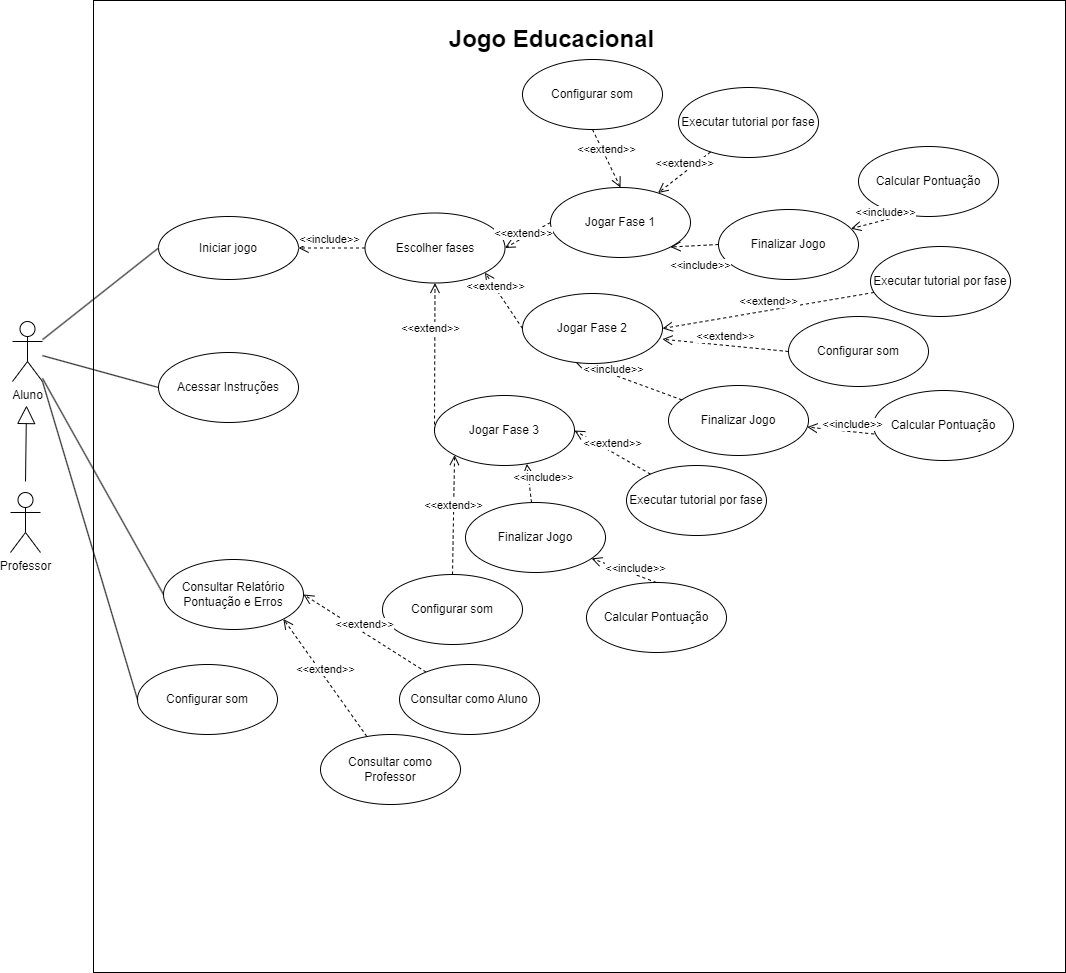
BrendaGarcez/Lixo-no-Lixo keeps this draw.io diagram as JOGOES.drawio.png. Above is the earlier version. Source tidied: cells renumbered, new cells last; positions are measured from the earlier drawing's top-left corner, leaving out a move shared by most shapes. The source it was exported from:
```xml
<mxGraphModel>
  <root>
    <mxCell id="0" />
    <mxCell id="1" parent="0" />
    <mxCell id="2" style="whiteSpace=wrap;html=1;" parent="1" vertex="1">
      <mxGeometry x="83" width="972" height="972" as="geometry" />
    </mxCell>
    <mxCell id="3" value="Aluno" style="shape=umlActor;verticalLabelPosition=bottom;verticalAlign=top;html=1;outlineConnect=0;" parent="1" vertex="1">
      <mxGeometry x="2" y="321" width="30" height="60" as="geometry" />
    </mxCell>
    <mxCell id="4" style="edgeStyle=orthogonalEdgeStyle;rounded=0;orthogonalLoop=1;jettySize=auto;html=1;exitX=0;exitY=0.5;exitDx=0;exitDy=0;entryX=0;entryY=0.5;entryDx=0;entryDy=0;" parent="1" edge="1">
      <mxGeometry relative="1" as="geometry">
        <mxPoint x="620" y="528" as="sourcePoint" />
        <mxPoint x="620" y="528" as="targetPoint" />
      </mxGeometry>
    </mxCell>
    <mxCell id="5" value="Escolher fases" style="ellipse;whiteSpace=wrap;html=1;" parent="1" vertex="1">
      <mxGeometry x="354.5" y="212.5" width="140" height="70" as="geometry" />
    </mxCell>
    <mxCell id="6" value="Configurar som" style="ellipse;whiteSpace=wrap;html=1;" parent="1" vertex="1">
      <mxGeometry x="127" y="664" width="140" height="70" as="geometry" />
    </mxCell>
    <mxCell id="7" value="Acessar Instruções" style="ellipse;whiteSpace=wrap;html=1;" parent="1" vertex="1">
      <mxGeometry x="148" y="352" width="140" height="70" as="geometry" />
    </mxCell>
    <mxCell id="8" value="Iniciar jogo" style="ellipse;whiteSpace=wrap;html=1;" parent="1" vertex="1">
      <mxGeometry x="148" y="216" width="140" height="63" as="geometry" />
    </mxCell>
    <mxCell id="9" value="Executar tutorial por fase" style="ellipse;whiteSpace=wrap;html=1;" parent="1" vertex="1">
      <mxGeometry x="668" y="87" width="140" height="70" as="geometry" />
    </mxCell>
    <mxCell id="10" value="&amp;lt;&amp;lt;include&amp;gt;&amp;gt;" style="html=1;verticalAlign=bottom;endArrow=open;dashed=1;endSize=8;curved=0;rounded=0;exitX=0;exitY=0.5;exitDx=0;exitDy=0;entryX=1;entryY=0.5;entryDx=0;entryDy=0;" parent="1" edge="1" source="5" target="8">
      <mxGeometry x="0.06" relative="1" as="geometry" />
    </mxCell>
    <mxCell id="11" value="&amp;lt;&amp;lt;extend&amp;gt;&amp;gt;" style="html=1;verticalAlign=bottom;endArrow=open;dashed=1;endSize=8;curved=0;rounded=0;" parent="1" edge="1" source="9" target="18">
      <mxGeometry relative="1" as="geometry" />
    </mxCell>
    <mxCell id="12" value="Jogo Educacional" style="text;strokeColor=none;fillColor=none;html=1;fontSize=24;fontStyle=1;verticalAlign=middle;align=center;" parent="1" vertex="1">
      <mxGeometry x="491" y="19" width="100" height="40" as="geometry" />
    </mxCell>
    <mxCell id="13" style="endArrow=none;html=1;rounded=0;entryX=0;entryY=0.5;entryDx=0;entryDy=0;" parent="1" edge="1" source="3" target="8">
      <mxGeometry relative="1" as="geometry" />
    </mxCell>
    <mxCell id="14" style="endArrow=none;html=1;rounded=0;entryX=0;entryY=0.5;entryDx=0;entryDy=0;" parent="1" edge="1" source="3" target="7">
      <mxGeometry relative="1" as="geometry" />
    </mxCell>
    <mxCell id="15" style="endArrow=none;html=1;rounded=0;exitX=0;exitY=0.5;exitDx=0;exitDy=0;entryX=1;entryY=1;entryDx=0;entryDy=0;entryPerimeter=0;" parent="1" edge="1" source="6" target="3">
      <mxGeometry relative="1" as="geometry" />
    </mxCell>
    <mxCell id="16" value="Calcular Pontuação" style="ellipse;whiteSpace=wrap;html=1;" parent="1" vertex="1">
      <mxGeometry x="848" y="146" width="140" height="70" as="geometry" />
    </mxCell>
    <mxCell id="17" value="&amp;lt;&amp;lt;include&amp;gt;&amp;gt;" style="html=1;verticalAlign=bottom;endArrow=open;dashed=1;endSize=8;curved=0;rounded=0;exitX=0.305;exitY=0.988;exitDx=0;exitDy=0;exitPerimeter=0;" parent="1" edge="1" source="16" target="19">
      <mxGeometry x="-0.37" y="2" relative="1" as="geometry" />
    </mxCell>
    <mxCell id="18" value="Jogar Fase 1" style="ellipse;whiteSpace=wrap;html=1;" parent="1" vertex="1">
      <mxGeometry x="540" y="187" width="140" height="70" as="geometry" />
    </mxCell>
    <mxCell id="19" value="Finalizar Jogo" style="ellipse;whiteSpace=wrap;html=1;" parent="1" vertex="1">
      <mxGeometry x="708" y="209" width="140" height="70" as="geometry" />
    </mxCell>
    <mxCell id="20" value="&amp;lt;&amp;lt;include&amp;gt;&amp;gt;" style="html=1;verticalAlign=bottom;endArrow=open;dashed=1;endSize=8;curved=0;rounded=0;exitX=0;exitY=0.5;exitDx=0;exitDy=0;entryX=1;entryY=1;entryDx=0;entryDy=0;" parent="1" edge="1" source="19" target="18">
      <mxGeometry x="-0.19" y="29" relative="1" as="geometry" />
    </mxCell>
    <mxCell id="21" value="&amp;lt;&amp;lt;extend&amp;gt;&amp;gt;" style="html=1;verticalAlign=bottom;endArrow=open;dashed=1;endSize=8;curved=0;rounded=0;exitX=0;exitY=0.5;exitDx=0;exitDy=0;entryX=1;entryY=0.5;entryDx=0;entryDy=0;" parent="1" edge="1" source="18" target="5">
      <mxGeometry x="0.25" y="4" relative="1" as="geometry" />
    </mxCell>
    <mxCell id="22" value="Calcular Pontuação" style="ellipse;whiteSpace=wrap;html=1;" parent="1" vertex="1">
      <mxGeometry x="863" y="390" width="140" height="70" as="geometry" />
    </mxCell>
    <mxCell id="23" value="&amp;lt;&amp;lt;include&amp;gt;&amp;gt;" style="html=1;verticalAlign=bottom;endArrow=open;dashed=1;endSize=8;curved=0;rounded=0;exitX=0.005;exitY=0.622;exitDx=0;exitDy=0;exitPerimeter=0;" parent="1" edge="1" source="22" target="24">
      <mxGeometry x="-0.37" y="2" relative="1" as="geometry" />
    </mxCell>
    <mxCell id="24" value="Finalizar Jogo" style="ellipse;whiteSpace=wrap;html=1;" parent="1" vertex="1">
      <mxGeometry x="658" y="385" width="140" height="70" as="geometry" />
    </mxCell>
    <mxCell id="25" value="&amp;lt;&amp;lt;include&amp;gt;&amp;gt;" style="html=1;verticalAlign=bottom;endArrow=open;dashed=1;endSize=8;curved=0;rounded=0;entryX=0.366;entryY=0.954;entryDx=0;entryDy=0;entryPerimeter=0;" parent="1" edge="1" source="24" target="28">
      <mxGeometry x="0.25" y="4" relative="1" as="geometry" />
    </mxCell>
    <mxCell id="26" value="Executar tutorial por fase" style="ellipse;whiteSpace=wrap;html=1;" parent="1" vertex="1">
      <mxGeometry x="860" y="246" width="140" height="70" as="geometry" />
    </mxCell>
    <mxCell id="27" value="&amp;lt;&amp;lt;extend&amp;gt;&amp;gt;" style="html=1;verticalAlign=bottom;endArrow=open;dashed=1;endSize=8;curved=0;rounded=0;entryX=1;entryY=0.5;entryDx=0;entryDy=0;" parent="1" edge="1" source="26" target="28">
      <mxGeometry relative="1" as="geometry" />
    </mxCell>
    <mxCell id="28" value="Jogar Fase 2" style="ellipse;whiteSpace=wrap;html=1;" parent="1" vertex="1">
      <mxGeometry x="512" y="293" width="140" height="70" as="geometry" />
    </mxCell>
    <mxCell id="29" value="&amp;lt;&amp;lt;extend&amp;gt;&amp;gt;" style="html=1;verticalAlign=bottom;endArrow=open;dashed=1;endSize=8;curved=0;rounded=0;exitX=0;exitY=0.5;exitDx=0;exitDy=0;entryX=1;entryY=1;entryDx=0;entryDy=0;" parent="1" edge="1" source="28" target="5">
      <mxGeometry x="0.25" y="4" relative="1" as="geometry" />
    </mxCell>
    <mxCell id="30" value="Consultar Relatório Pontuação e Erros" style="ellipse;whiteSpace=wrap;html=1;" parent="1" vertex="1">
      <mxGeometry x="153" y="559" width="140" height="70" as="geometry" />
    </mxCell>
    <mxCell id="31" style="endArrow=none;html=1;rounded=0;exitX=0;exitY=0.5;exitDx=0;exitDy=0;" parent="1" edge="1" source="30" target="3">
      <mxGeometry relative="1" as="geometry" />
    </mxCell>
    <mxCell id="32" value="Professor" style="shape=umlActor;verticalLabelPosition=bottom;verticalAlign=top;html=1;" parent="1" vertex="1">
      <mxGeometry y="492" width="30" height="60" as="geometry" />
    </mxCell>
    <mxCell id="33" style="endArrow=block;endSize=16;endFill=0;html=1;rounded=0;" parent="1" edge="1">
      <mxGeometry relative="1" as="geometry">
        <mxPoint x="15" y="481" as="sourcePoint" />
        <mxPoint x="16" y="405" as="targetPoint" />
      </mxGeometry>
    </mxCell>
    <mxCell id="34" value="Jogar Fase 3" style="ellipse;whiteSpace=wrap;html=1;" parent="1" vertex="1">
      <mxGeometry x="424" y="395" width="140" height="70" as="geometry" />
    </mxCell>
    <mxCell id="35" value="&amp;lt;&amp;lt;extend&amp;gt;&amp;gt;" style="html=1;verticalAlign=bottom;endArrow=open;dashed=1;endSize=8;curved=0;rounded=0;exitX=0;exitY=0.5;exitDx=0;exitDy=0;entryX=0.5;entryY=1;entryDx=0;entryDy=0;" parent="1" edge="1" source="34" target="5">
      <mxGeometry x="0.25" y="4" relative="1" as="geometry" />
    </mxCell>
    <mxCell id="36" value="&amp;lt;&amp;lt;extend&amp;gt;&amp;gt;" style="html=1;verticalAlign=bottom;endArrow=open;dashed=1;endSize=8;curved=0;rounded=0;entryX=1;entryY=0.5;entryDx=0;entryDy=0;" parent="1" edge="1" source="37" target="34">
      <mxGeometry relative="1" as="geometry" />
    </mxCell>
    <mxCell id="37" value="Executar tutorial por fase" style="ellipse;whiteSpace=wrap;html=1;" parent="1" vertex="1">
      <mxGeometry x="616" y="465" width="140" height="70" as="geometry" />
    </mxCell>
    <mxCell id="38" value="Finalizar Jogo" style="ellipse;whiteSpace=wrap;html=1;" parent="1" vertex="1">
      <mxGeometry x="455" y="502" width="140" height="70" as="geometry" />
    </mxCell>
    <mxCell id="39" value="&amp;lt;&amp;lt;include&amp;gt;&amp;gt;" style="html=1;verticalAlign=bottom;endArrow=open;dashed=1;endSize=8;curved=0;rounded=0;entryX=0.659;entryY=0.976;entryDx=0;entryDy=0;entryPerimeter=0;" parent="1" edge="1" source="38" target="34">
      <mxGeometry x="-0.26" y="-14" relative="1" as="geometry" />
    </mxCell>
    <mxCell id="40" value="&amp;lt;&amp;lt;include&amp;gt;&amp;gt;" style="html=1;verticalAlign=bottom;endArrow=open;dashed=1;endSize=8;curved=0;rounded=0;exitX=0.5;exitY=0;exitDx=0;exitDy=0;" parent="1" edge="1" source="41" target="38">
      <mxGeometry x="-0.37" y="2" relative="1" as="geometry" />
    </mxCell>
    <mxCell id="41" value="Calcular Pontuação" style="ellipse;whiteSpace=wrap;html=1;" parent="1" vertex="1">
      <mxGeometry x="576" y="582" width="140" height="70" as="geometry" />
    </mxCell>
    <mxCell id="42" value="Configurar som" style="ellipse;whiteSpace=wrap;html=1;" parent="1" vertex="1">
      <mxGeometry x="512" y="59" width="140" height="70" as="geometry" />
    </mxCell>
    <mxCell id="43" value="&amp;lt;&amp;lt;extend&amp;gt;&amp;gt;" style="html=1;verticalAlign=bottom;endArrow=open;dashed=1;endSize=8;curved=0;rounded=0;exitX=0.5;exitY=1;exitDx=0;exitDy=0;entryX=0.5;entryY=0;entryDx=0;entryDy=0;" parent="1" edge="1" source="42" target="18">
      <mxGeometry relative="1" as="geometry" />
    </mxCell>
    <mxCell id="44" value="Configurar som" style="ellipse;whiteSpace=wrap;html=1;" parent="1" vertex="1">
      <mxGeometry x="778" y="316" width="140" height="70" as="geometry" />
    </mxCell>
    <mxCell id="45" value="Configurar som" style="ellipse;whiteSpace=wrap;html=1;" parent="1" vertex="1">
      <mxGeometry x="372" y="574" width="140" height="70" as="geometry" />
    </mxCell>
    <mxCell id="46" value="&amp;lt;&amp;lt;extend&amp;gt;&amp;gt;" style="html=1;verticalAlign=bottom;endArrow=open;dashed=1;endSize=8;curved=0;rounded=0;exitX=0;exitY=0.5;exitDx=0;exitDy=0;entryX=0.999;entryY=0.653;entryDx=0;entryDy=0;entryPerimeter=0;" parent="1" edge="1" source="44" target="28">
      <mxGeometry relative="1" as="geometry" />
    </mxCell>
    <mxCell id="47" value="&amp;lt;&amp;lt;extend&amp;gt;&amp;gt;" style="html=1;verticalAlign=bottom;endArrow=open;dashed=1;endSize=8;curved=0;rounded=0;exitX=0.5;exitY=0;exitDx=0;exitDy=0;entryX=0;entryY=1;entryDx=0;entryDy=0;" parent="1" edge="1" source="45" target="34">
      <mxGeometry relative="1" as="geometry" />
    </mxCell>
    <mxCell id="48" value="&amp;lt;&amp;lt;extend&amp;gt;&amp;gt;" style="html=1;verticalAlign=bottom;endArrow=open;dashed=1;endSize=8;curved=0;rounded=0;entryX=1;entryY=0.5;entryDx=0;entryDy=0;" parent="1" edge="1" source="49" target="30">
      <mxGeometry relative="1" as="geometry" />
    </mxCell>
    <mxCell id="49" value="Consultar como Aluno" style="ellipse;whiteSpace=wrap;html=1;" parent="1" vertex="1">
      <mxGeometry x="389" y="664" width="140" height="70" as="geometry" />
    </mxCell>
    <mxCell id="50" value="Consultar como Professor" style="ellipse;whiteSpace=wrap;html=1;" parent="1" vertex="1">
      <mxGeometry x="310" y="734" width="140" height="70" as="geometry" />
    </mxCell>
    <mxCell id="51" value="&amp;lt;&amp;lt;extend&amp;gt;&amp;gt;" style="html=1;verticalAlign=bottom;endArrow=open;dashed=1;endSize=8;curved=0;rounded=0;entryX=1;entryY=1;entryDx=0;entryDy=0;" parent="1" edge="1" source="50" target="30">
      <mxGeometry relative="1" as="geometry" />
    </mxCell>
  </root>
</mxGraphModel>
```
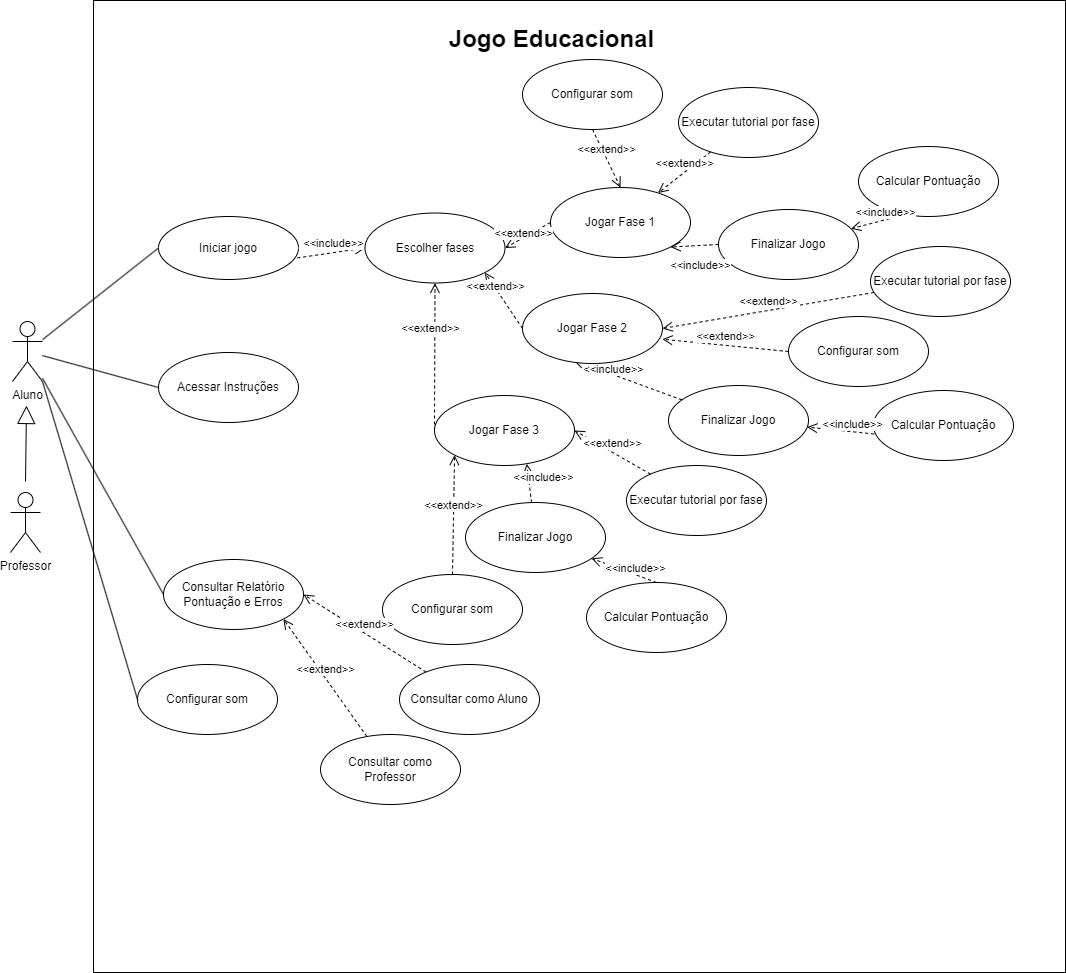
Later version of the same file.

Change to the diagram source:
```diff
@@ -29,7 +29,7 @@
     <mxCell id="9" value="Executar tutorial por fase" style="ellipse;whiteSpace=wrap;html=1;" parent="1" vertex="1">
       <mxGeometry x="668" y="87" width="140" height="70" as="geometry" />
     </mxCell>
-    <mxCell id="10" value="&amp;lt;&amp;lt;include&amp;gt;&amp;gt;" style="html=1;verticalAlign=bottom;endArrow=open;dashed=1;endSize=8;curved=0;rounded=0;exitX=0;exitY=0.5;exitDx=0;exitDy=0;entryX=1;entryY=0.5;entryDx=0;entryDy=0;" parent="1" edge="1" source="5" target="8">
+    <mxCell id="10" value="&amp;lt;&amp;lt;include&amp;gt;&amp;gt;" style="html=1;verticalAlign=bottom;endArrow=open;dashed=1;endSize=8;curved=0;rounded=0;exitX=0.992;exitY=0.657;exitDx=0;exitDy=0;entryX=0;entryY=0.5;entryDx=0;entryDy=0;exitPerimeter=0;" parent="1" edge="1" source="8" target="5">
       <mxGeometry x="0.06" relative="1" as="geometry" />
     </mxCell>
     <mxCell id="11" value="&amp;lt;&amp;lt;extend&amp;gt;&amp;gt;" style="html=1;verticalAlign=bottom;endArrow=open;dashed=1;endSize=8;curved=0;rounded=0;" parent="1" edge="1" source="9" target="18">
```
